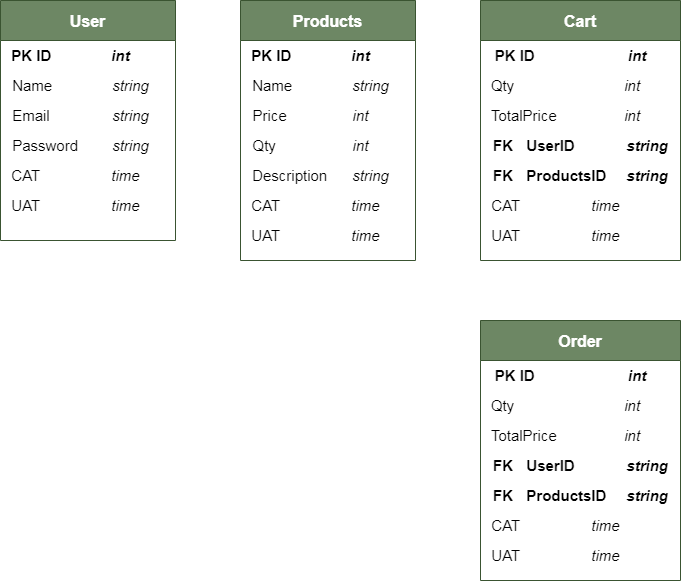
Earlier version of the draw.io export ERD.png (faqihassyfa/X). Source tidied: cells renumbered, new cells last; positions are measured from the earlier drawing's top-left corner, leaving out a move shared by most shapes. The source it was exported from:
```xml
<mxGraphModel>
  <root>
    <mxCell id="0" />
    <mxCell id="1" parent="0" />
    <mxCell id="2" value="User" style="swimlane;startSize=40;fillColor=#6d8764;strokeColor=#3A5431;fontColor=#ffffff;fontSize=16;" parent="1" vertex="1">
      <mxGeometry width="175" height="240" as="geometry" />
    </mxCell>
    <mxCell id="3" value="&lt;b&gt;&lt;font style=&quot;font-size: 15px;&quot;&gt;PK ID&lt;span style=&quot;white-space: pre;&quot;&gt;&#9;&lt;/span&gt;&lt;span style=&quot;white-space: pre;&quot;&gt;&#9;&lt;/span&gt;&lt;i&gt;int&lt;/i&gt;&lt;/font&gt;&lt;/b&gt;" style="text;html=1;align=center;verticalAlign=middle;strokeColor=none;fillColor=none;" parent="2" vertex="1">
      <mxGeometry y="40" width="140" height="30" as="geometry" />
    </mxCell>
    <mxCell id="4" value="&lt;font style=&quot;font-size: 15px;&quot;&gt;Name&lt;span style=&quot;white-space: pre;&quot;&gt;&#9;&lt;span style=&quot;white-space: pre;&quot;&gt;&#9;&lt;/span&gt;&lt;/span&gt;&lt;i&gt;string&lt;/i&gt;&lt;/font&gt;" style="text;html=1;align=center;verticalAlign=middle;strokeColor=none;fillColor=none;" parent="2" vertex="1">
      <mxGeometry y="70" width="160" height="30" as="geometry" />
    </mxCell>
    <mxCell id="5" value="&lt;font style=&quot;font-size: 15px;&quot;&gt;Email&lt;span style=&quot;white-space: pre;&quot;&gt;&#9;&lt;span style=&quot;white-space: pre;&quot;&gt;&#9;&lt;/span&gt;&lt;/span&gt;&lt;i&gt;string&lt;/i&gt;&lt;/font&gt;" style="text;html=1;align=center;verticalAlign=middle;strokeColor=none;fillColor=none;" parent="2" vertex="1">
      <mxGeometry y="100" width="160" height="30" as="geometry" />
    </mxCell>
    <mxCell id="6" value="&lt;font style=&quot;font-size: 15px;&quot;&gt;Password&lt;span style=&quot;white-space: pre;&quot;&gt;&#9;&lt;/span&gt;&lt;i&gt;string&lt;/i&gt;&lt;/font&gt;" style="text;html=1;align=center;verticalAlign=middle;strokeColor=none;fillColor=none;" parent="2" vertex="1">
      <mxGeometry y="130" width="160" height="30" as="geometry" />
    </mxCell>
    <mxCell id="7" value="&lt;font style=&quot;font-size: 15px;&quot;&gt;CAT&lt;span style=&quot;white-space: pre;&quot;&gt;&#9;&lt;/span&gt;&lt;span style=&quot;white-space: pre;&quot;&gt;&#9;&lt;/span&gt;&lt;span style=&quot;white-space: pre;&quot;&gt;&#9;&lt;/span&gt;&lt;i&gt;time&lt;/i&gt;&lt;/font&gt;" style="text;html=1;align=center;verticalAlign=middle;strokeColor=none;fillColor=none;" parent="2" vertex="1">
      <mxGeometry y="160" width="150" height="30" as="geometry" />
    </mxCell>
    <mxCell id="8" value="&lt;font style=&quot;font-size: 15px;&quot;&gt;UAT&lt;span style=&quot;white-space: pre;&quot;&gt;&#9;&lt;/span&gt;&lt;span style=&quot;white-space: pre;&quot;&gt;&#9;&lt;/span&gt;&lt;span style=&quot;white-space: pre;&quot;&gt;&#9;&lt;/span&gt;&lt;i&gt;time&lt;/i&gt;&lt;/font&gt;" style="text;html=1;align=center;verticalAlign=middle;strokeColor=none;fillColor=none;" parent="2" vertex="1">
      <mxGeometry y="190" width="150" height="30" as="geometry" />
    </mxCell>
    <mxCell id="9" value="Products" style="swimlane;startSize=40;fillColor=#6d8764;strokeColor=#3A5431;fontColor=#ffffff;fontSize=16;" parent="1" vertex="1">
      <mxGeometry x="240" width="175" height="260" as="geometry" />
    </mxCell>
    <mxCell id="10" value="&lt;b&gt;&lt;font style=&quot;font-size: 15px;&quot;&gt;PK ID&lt;span style=&quot;white-space: pre;&quot;&gt;&#9;&lt;span style=&quot;white-space: pre;&quot;&gt;&#9;&lt;/span&gt;&lt;/span&gt;&lt;i&gt;int&lt;/i&gt;&lt;/font&gt;&lt;/b&gt;" style="text;html=1;align=center;verticalAlign=middle;strokeColor=none;fillColor=none;" parent="9" vertex="1">
      <mxGeometry y="40" width="140" height="30" as="geometry" />
    </mxCell>
    <mxCell id="11" value="&lt;font style=&quot;font-size: 15px;&quot;&gt;Name&lt;span style=&quot;white-space: pre;&quot;&gt;&#9;&lt;span style=&quot;white-space: pre;&quot;&gt;&#9;&lt;/span&gt;&lt;/span&gt;&lt;i&gt;string&lt;/i&gt;&lt;/font&gt;" style="text;html=1;align=center;verticalAlign=middle;strokeColor=none;fillColor=none;" parent="9" vertex="1">
      <mxGeometry y="70" width="160" height="30" as="geometry" />
    </mxCell>
    <mxCell id="12" value="&lt;font style=&quot;font-size: 15px;&quot;&gt;Price&lt;span style=&quot;white-space: pre;&quot;&gt;&#9;&lt;span style=&quot;white-space: pre;&quot;&gt;&#9;&lt;/span&gt;&lt;i&gt;int&lt;/i&gt;&lt;/span&gt;&lt;/font&gt;" style="text;html=1;align=center;verticalAlign=middle;strokeColor=none;fillColor=none;" parent="9" vertex="1">
      <mxGeometry y="100" width="140" height="30" as="geometry" />
    </mxCell>
    <mxCell id="13" value="&lt;font style=&quot;font-size: 15px;&quot;&gt;Qty&lt;span style=&quot;white-space: pre;&quot;&gt;&#9;&lt;span style=&quot;white-space: pre;&quot;&gt;&#9;&lt;/span&gt;&lt;span style=&quot;white-space: pre;&quot;&gt;&#9;&lt;/span&gt;&lt;/span&gt;&lt;i&gt;int&lt;/i&gt;&lt;/font&gt;" style="text;html=1;align=center;verticalAlign=middle;strokeColor=none;fillColor=none;" parent="9" vertex="1">
      <mxGeometry y="130" width="140" height="30" as="geometry" />
    </mxCell>
    <mxCell id="14" value="&lt;font style=&quot;font-size: 15px;&quot;&gt;CAT&lt;span style=&quot;white-space: pre;&quot;&gt;&#9;&lt;/span&gt;&lt;span style=&quot;white-space: pre;&quot;&gt;&#9;&lt;/span&gt;&lt;span style=&quot;white-space: pre;&quot;&gt;&#9;&lt;/span&gt;&lt;i&gt;time&lt;/i&gt;&lt;/font&gt;" style="text;html=1;align=center;verticalAlign=middle;strokeColor=none;fillColor=none;" parent="9" vertex="1">
      <mxGeometry y="190" width="150" height="30" as="geometry" />
    </mxCell>
    <mxCell id="15" value="&lt;font style=&quot;font-size: 15px;&quot;&gt;UAT&lt;span style=&quot;white-space: pre;&quot;&gt;&#9;&lt;/span&gt;&lt;span style=&quot;white-space: pre;&quot;&gt;&#9;&lt;/span&gt;&lt;span style=&quot;white-space: pre;&quot;&gt;&#9;&lt;/span&gt;&lt;i&gt;time&lt;/i&gt;&lt;/font&gt;" style="text;html=1;align=center;verticalAlign=middle;strokeColor=none;fillColor=none;" parent="9" vertex="1">
      <mxGeometry y="220" width="150" height="30" as="geometry" />
    </mxCell>
    <mxCell id="16" value="&lt;font style=&quot;font-size: 15px;&quot;&gt;Description&lt;span style=&quot;white-space: pre;&quot;&gt;&lt;span style=&quot;white-space: pre;&quot;&gt;&#9;&lt;/span&gt;&lt;i&gt;string&lt;/i&gt;&lt;/span&gt;&lt;/font&gt;" style="text;html=1;align=center;verticalAlign=middle;strokeColor=none;fillColor=none;" parent="9" vertex="1">
      <mxGeometry y="160" width="160" height="30" as="geometry" />
    </mxCell>
    <mxCell id="17" value="Cart" style="swimlane;startSize=40;fillColor=#6d8764;strokeColor=#3A5431;fontColor=#ffffff;fontSize=16;" parent="1" vertex="1">
      <mxGeometry x="480" width="200" height="260" as="geometry" />
    </mxCell>
    <mxCell id="18" value="&lt;b&gt;&lt;font style=&quot;font-size: 15px;&quot;&gt;PK ID&lt;span style=&quot;white-space: pre;&quot;&gt;&#9;&lt;/span&gt;&lt;span style=&quot;white-space: pre;&quot;&gt;&#9;&lt;/span&gt;&lt;span style=&quot;white-space: pre;&quot;&gt;&#9;&lt;/span&gt;&lt;i&gt;int&lt;/i&gt;&lt;/font&gt;&lt;/b&gt;" style="text;html=1;align=center;verticalAlign=middle;strokeColor=none;fillColor=none;" parent="17" vertex="1">
      <mxGeometry y="40" width="180" height="30" as="geometry" />
    </mxCell>
    <mxCell id="19" value="&lt;font style=&quot;font-size: 15px;&quot;&gt;CAT&lt;span style=&quot;white-space: pre;&quot;&gt;&#9;&lt;/span&gt;&lt;span style=&quot;white-space: pre;&quot;&gt;&#9;&lt;/span&gt;&lt;span style=&quot;white-space: pre;&quot;&gt;&#9;&lt;/span&gt;&lt;i&gt;time&lt;/i&gt;&lt;/font&gt;" style="text;html=1;align=center;verticalAlign=middle;strokeColor=none;fillColor=none;" parent="17" vertex="1">
      <mxGeometry y="190" width="150" height="30" as="geometry" />
    </mxCell>
    <mxCell id="20" value="&lt;font style=&quot;font-size: 15px;&quot;&gt;UAT&lt;span style=&quot;white-space: pre;&quot;&gt;&#9;&lt;/span&gt;&lt;span style=&quot;white-space: pre;&quot;&gt;&#9;&lt;/span&gt;&lt;span style=&quot;white-space: pre;&quot;&gt;&#9;&lt;/span&gt;&lt;i&gt;time&lt;/i&gt;&lt;/font&gt;" style="text;html=1;align=center;verticalAlign=middle;strokeColor=none;fillColor=none;" parent="17" vertex="1">
      <mxGeometry y="220" width="150" height="30" as="geometry" />
    </mxCell>
    <mxCell id="21" value="&lt;font style=&quot;font-size: 15px;&quot;&gt;Qty&lt;span style=&quot;white-space: pre;&quot;&gt;&#9;&lt;span style=&quot;white-space: pre;&quot;&gt;&#9;&lt;span style=&quot;white-space: pre;&quot;&gt;&#9;&lt;/span&gt;&lt;/span&gt;&lt;span style=&quot;white-space: pre;&quot;&gt;&#9;&lt;/span&gt;&lt;/span&gt;&lt;i&gt;int&lt;/i&gt;&lt;/font&gt;" style="text;html=1;align=center;verticalAlign=middle;strokeColor=none;fillColor=none;" parent="17" vertex="1">
      <mxGeometry y="70" width="170" height="30" as="geometry" />
    </mxCell>
    <mxCell id="22" value="&lt;font style=&quot;font-size: 15px;&quot;&gt;TotalPrice&lt;span style=&quot;white-space: pre;&quot;&gt;&#9;&lt;/span&gt;&lt;span style=&quot;white-space: pre;&quot;&gt;&lt;span style=&quot;white-space: pre;&quot;&gt;&#9;&lt;/span&gt;&lt;i&gt;int&lt;/i&gt;&lt;/span&gt;&lt;/font&gt;" style="text;html=1;align=center;verticalAlign=middle;strokeColor=none;fillColor=none;" parent="17" vertex="1">
      <mxGeometry y="100" width="170" height="30" as="geometry" />
    </mxCell>
    <mxCell id="23" value="&lt;font style=&quot;font-size: 15px;&quot;&gt;FK&lt;span style=&quot;white-space: pre;&quot;&gt;&#9;&lt;/span&gt;UserID&lt;span style=&quot;white-space: pre;&quot;&gt;&#9;&lt;span style=&quot;white-space: pre;&quot;&gt;&#9;&lt;/span&gt;&lt;/span&gt;&lt;i&gt;string&lt;/i&gt;&lt;/font&gt;" style="text;html=1;align=center;verticalAlign=middle;strokeColor=none;fillColor=none;fontStyle=1;" parent="17" vertex="1">
      <mxGeometry y="130" width="200" height="30" as="geometry" />
    </mxCell>
    <mxCell id="24" value="&lt;font style=&quot;font-size: 15px;&quot;&gt;FK&lt;span style=&quot;white-space: pre;&quot;&gt;&#9;&lt;/span&gt;ProductsID&lt;span style=&quot;white-space: pre;&quot;&gt;&#9;&lt;/span&gt;&lt;i&gt;string&lt;/i&gt;&lt;/font&gt;" style="text;html=1;align=center;verticalAlign=middle;strokeColor=none;fillColor=none;fontStyle=1;" parent="17" vertex="1">
      <mxGeometry y="160" width="200" height="30" as="geometry" />
    </mxCell>
    <mxCell id="25" value="Order" style="swimlane;startSize=40;fillColor=#6d8764;strokeColor=#3A5431;fontColor=#ffffff;fontSize=16;" parent="1" vertex="1">
      <mxGeometry x="480" y="320" width="200" height="260" as="geometry" />
    </mxCell>
    <mxCell id="26" value="&lt;b&gt;&lt;font style=&quot;font-size: 15px;&quot;&gt;PK ID&lt;span style=&quot;white-space: pre;&quot;&gt;&#9;&lt;span style=&quot;white-space: pre;&quot;&gt;&#9;&lt;/span&gt;&lt;span style=&quot;white-space: pre;&quot;&gt;&#9;&lt;/span&gt;&lt;/span&gt;&lt;i&gt;int&lt;/i&gt;&lt;/font&gt;&lt;/b&gt;" style="text;html=1;align=center;verticalAlign=middle;strokeColor=none;fillColor=none;" parent="25" vertex="1">
      <mxGeometry y="40" width="180" height="30" as="geometry" />
    </mxCell>
    <mxCell id="27" value="&lt;font style=&quot;font-size: 15px;&quot;&gt;CAT&lt;span style=&quot;white-space: pre;&quot;&gt;&#9;&lt;/span&gt;&lt;span style=&quot;white-space: pre;&quot;&gt;&#9;&lt;/span&gt;&lt;span style=&quot;white-space: pre;&quot;&gt;&#9;&lt;/span&gt;&lt;i&gt;time&lt;/i&gt;&lt;/font&gt;" style="text;html=1;align=center;verticalAlign=middle;strokeColor=none;fillColor=none;" parent="25" vertex="1">
      <mxGeometry y="190" width="150" height="30" as="geometry" />
    </mxCell>
    <mxCell id="28" value="&lt;font style=&quot;font-size: 15px;&quot;&gt;UAT&lt;span style=&quot;white-space: pre;&quot;&gt;&#9;&lt;/span&gt;&lt;span style=&quot;white-space: pre;&quot;&gt;&#9;&lt;/span&gt;&lt;span style=&quot;white-space: pre;&quot;&gt;&#9;&lt;/span&gt;&lt;i&gt;time&lt;/i&gt;&lt;/font&gt;" style="text;html=1;align=center;verticalAlign=middle;strokeColor=none;fillColor=none;" parent="25" vertex="1">
      <mxGeometry y="220" width="150" height="30" as="geometry" />
    </mxCell>
    <mxCell id="29" value="&lt;font style=&quot;font-size: 15px;&quot;&gt;Qty&lt;span style=&quot;white-space: pre;&quot;&gt;&#9;&lt;span style=&quot;white-space: pre;&quot;&gt;&#9;&lt;span style=&quot;white-space: pre;&quot;&gt;&#9;&lt;/span&gt;&lt;/span&gt;&lt;span style=&quot;white-space: pre;&quot;&gt;&#9;&lt;/span&gt;&lt;/span&gt;&lt;i&gt;int&lt;/i&gt;&lt;/font&gt;" style="text;html=1;align=center;verticalAlign=middle;strokeColor=none;fillColor=none;" parent="25" vertex="1">
      <mxGeometry y="70" width="170" height="30" as="geometry" />
    </mxCell>
    <mxCell id="30" value="&lt;font style=&quot;font-size: 15px;&quot;&gt;TotalPrice&lt;span style=&quot;white-space: pre;&quot;&gt;&#9;&lt;/span&gt;&lt;span style=&quot;white-space: pre;&quot;&gt;&lt;span style=&quot;white-space: pre;&quot;&gt;&#9;&lt;/span&gt;&lt;i&gt;int&lt;/i&gt;&lt;/span&gt;&lt;/font&gt;" style="text;html=1;align=center;verticalAlign=middle;strokeColor=none;fillColor=none;" parent="25" vertex="1">
      <mxGeometry y="100" width="170" height="30" as="geometry" />
    </mxCell>
    <mxCell id="31" value="&lt;font style=&quot;font-size: 15px;&quot;&gt;FK&lt;span style=&quot;white-space: pre;&quot;&gt;&#9;&lt;/span&gt;UserID&lt;span style=&quot;white-space: pre;&quot;&gt;&#9;&lt;span style=&quot;white-space: pre;&quot;&gt;&#9;&lt;/span&gt;&lt;/span&gt;&lt;i&gt;string&lt;/i&gt;&lt;/font&gt;" style="text;html=1;align=center;verticalAlign=middle;strokeColor=none;fillColor=none;fontStyle=1;" parent="25" vertex="1">
      <mxGeometry y="130" width="200" height="30" as="geometry" />
    </mxCell>
    <mxCell id="32" value="&lt;font style=&quot;font-size: 15px;&quot;&gt;FK&lt;span style=&quot;white-space: pre;&quot;&gt;&#9;&lt;/span&gt;ProductsID&lt;span style=&quot;white-space: pre;&quot;&gt;&#9;&lt;/span&gt;&lt;i&gt;string&lt;/i&gt;&lt;/font&gt;" style="text;html=1;align=center;verticalAlign=middle;strokeColor=none;fillColor=none;fontStyle=1;" parent="25" vertex="1">
      <mxGeometry y="160" width="200" height="30" as="geometry" />
    </mxCell>
  </root>
</mxGraphModel>
```
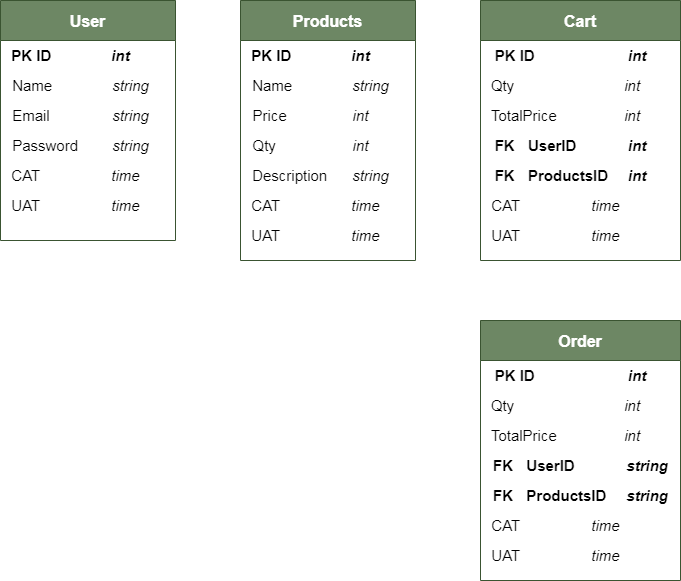
The same diagram one commit later.

Diff of the diagram source:
```diff
@@ -65,11 +65,11 @@
     <mxCell id="22" value="&lt;font style=&quot;font-size: 15px;&quot;&gt;TotalPrice&lt;span style=&quot;white-space: pre;&quot;&gt;&#9;&lt;/span&gt;&lt;span style=&quot;white-space: pre;&quot;&gt;&lt;span style=&quot;white-space: pre;&quot;&gt;&#9;&lt;/span&gt;&lt;i&gt;int&lt;/i&gt;&lt;/span&gt;&lt;/font&gt;" style="text;html=1;align=center;verticalAlign=middle;strokeColor=none;fillColor=none;" parent="17" vertex="1">
       <mxGeometry y="100" width="170" height="30" as="geometry" />
     </mxCell>
-    <mxCell id="23" value="&lt;font style=&quot;font-size: 15px;&quot;&gt;FK&lt;span style=&quot;white-space: pre;&quot;&gt;&#9;&lt;/span&gt;UserID&lt;span style=&quot;white-space: pre;&quot;&gt;&#9;&lt;span style=&quot;white-space: pre;&quot;&gt;&#9;&lt;/span&gt;&lt;/span&gt;&lt;i&gt;string&lt;/i&gt;&lt;/font&gt;" style="text;html=1;align=center;verticalAlign=middle;strokeColor=none;fillColor=none;fontStyle=1;" parent="17" vertex="1">
-      <mxGeometry y="130" width="200" height="30" as="geometry" />
+    <mxCell id="23" value="&lt;font style=&quot;font-size: 15px;&quot;&gt;FK&lt;span style=&quot;white-space: pre;&quot;&gt;&#9;&lt;/span&gt;UserID&lt;span style=&quot;white-space: pre;&quot;&gt;&#9;&lt;span style=&quot;white-space: pre;&quot;&gt;&#9;&lt;/span&gt;&lt;i&gt;int&lt;/i&gt;&lt;/span&gt;&lt;/font&gt;" style="text;html=1;align=center;verticalAlign=middle;strokeColor=none;fillColor=none;fontStyle=1;" parent="17" vertex="1">
+      <mxGeometry y="130" width="180" height="30" as="geometry" />
     </mxCell>
-    <mxCell id="24" value="&lt;font style=&quot;font-size: 15px;&quot;&gt;FK&lt;span style=&quot;white-space: pre;&quot;&gt;&#9;&lt;/span&gt;ProductsID&lt;span style=&quot;white-space: pre;&quot;&gt;&#9;&lt;/span&gt;&lt;i&gt;string&lt;/i&gt;&lt;/font&gt;" style="text;html=1;align=center;verticalAlign=middle;strokeColor=none;fillColor=none;fontStyle=1;" parent="17" vertex="1">
-      <mxGeometry y="160" width="200" height="30" as="geometry" />
+    <mxCell id="24" value="&lt;font style=&quot;font-size: 15px;&quot;&gt;FK&lt;span style=&quot;white-space: pre;&quot;&gt;&#9;&lt;/span&gt;ProductsID&lt;span style=&quot;white-space: pre;&quot;&gt;&#9;&lt;/span&gt;&lt;i&gt;int&lt;/i&gt;&lt;/font&gt;" style="text;html=1;align=center;verticalAlign=middle;strokeColor=none;fillColor=none;fontStyle=1;" parent="17" vertex="1">
+      <mxGeometry y="160" width="180" height="30" as="geometry" />
     </mxCell>
     <mxCell id="25" value="Order" style="swimlane;startSize=40;fillColor=#6d8764;strokeColor=#3A5431;fontColor=#ffffff;fontSize=16;" parent="1" vertex="1">
       <mxGeometry x="480" y="320" width="200" height="260" as="geometry" />
```
